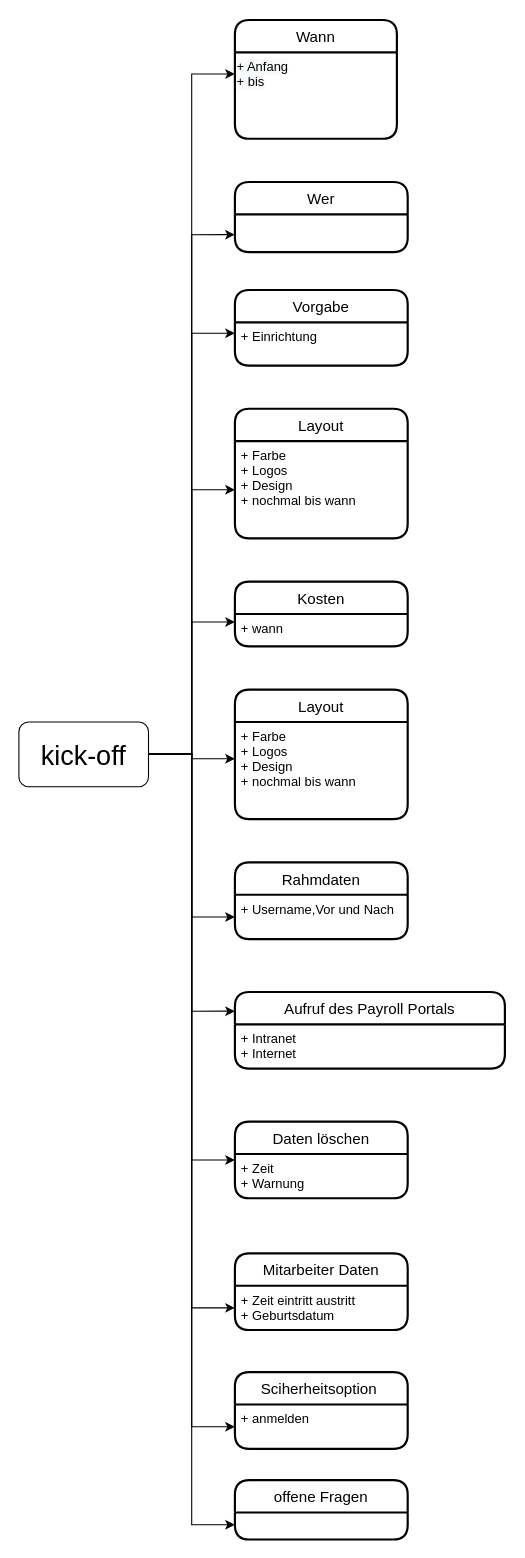
Earlier version of the draw.io diagram kick-off Diagram.drawio (masteryijian/Hallo-World-). Source tidied: cells renumbered, new cells numbered last; positions are measured from the earlier drawing's top-left corner, leaving out a move shared by most shapes. Both pictures are drawn from the tidied source at 108%, with x=0, y=0 at pixel (18, 19).
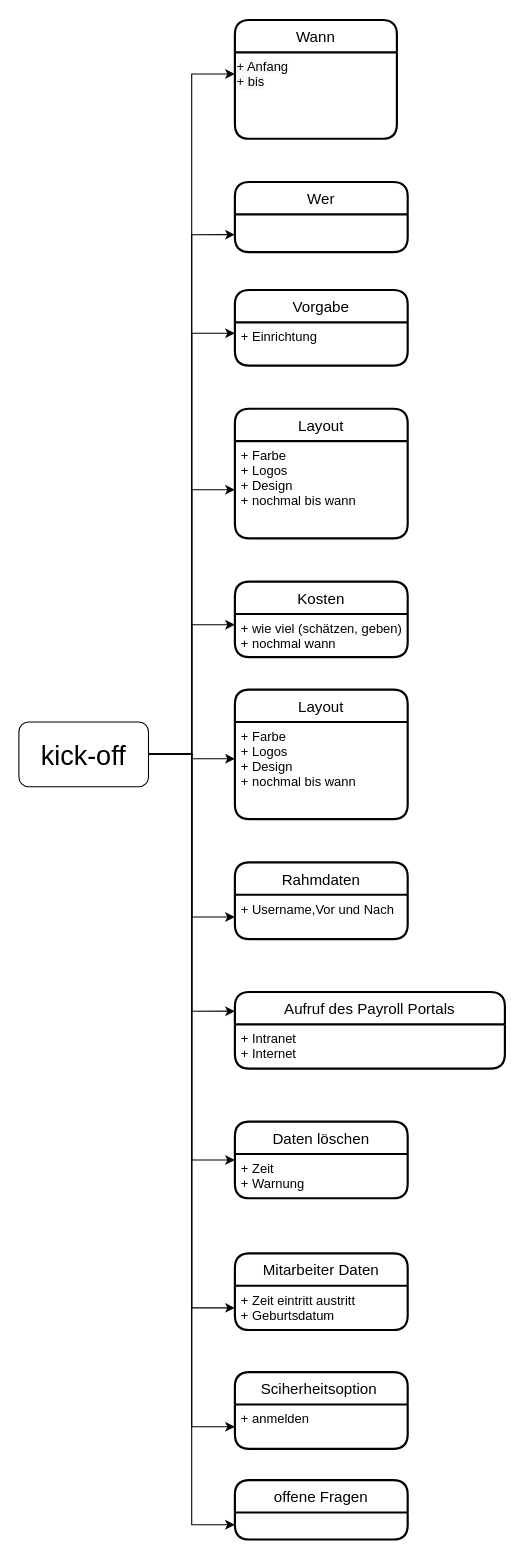
The same diagram, later.

The edit, as a diff of the source:
```diff
@@
     <mxCell id="23" value="Kosten" style="swimlane;horizontal=1;startSize=30;rounded=1;fontSize=14;fontStyle=0;strokeWidth=2;shadow=0;dashed=0;align=center;" parent="1" vertex="1">
-      <mxGeometry x="200" y="520" width="160" height="60" as="geometry" />
+      <mxGeometry x="200" y="520" width="160" height="70" as="geometry" />
     </mxCell>
-    <mxCell id="24" value="+ wann" style="align=left;strokeColor=none;fillColor=none;spacingLeft=4;fontSize=12;verticalAlign=top;" parent="23" vertex="1">
-      <mxGeometry y="30" width="160" height="30" as="geometry" />
+    <mxCell id="24" value="+ wie viel (schätzen, geben)&#10;+ nochmal wann" style="align=left;strokeColor=none;fillColor=none;spacingLeft=4;fontSize=12;verticalAlign=top;" parent="23" vertex="1">
+      <mxGeometry y="30" width="160" height="40" as="geometry" />
     </mxCell>
```
